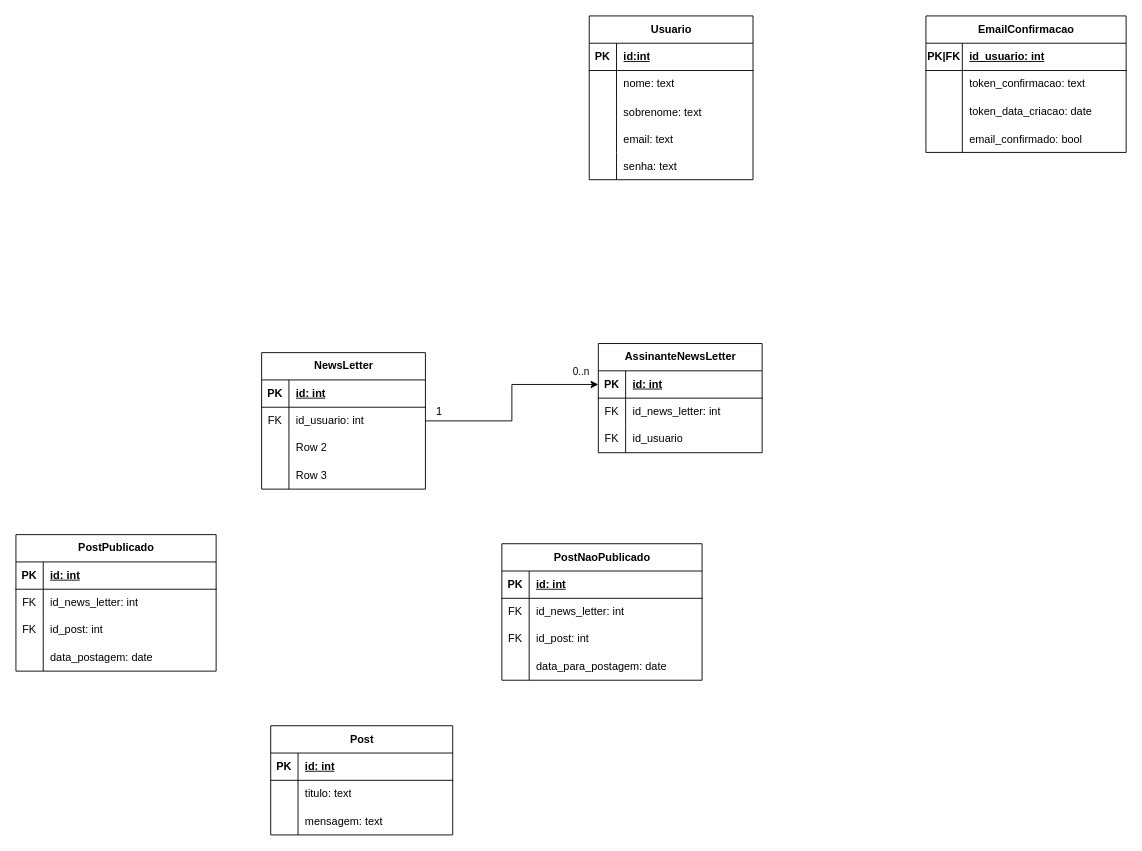
miqueiassggarcia/YourNewsletter keeps this draw.io diagram as Backend/docs/modelo relacional/modelo_relacional.drawio. Above is the earlier version. Source tidied: cells renumbered, new cells numbered last; positions are measured from the earlier drawing's top-left corner, leaving out a move shared by most shapes. Both pictures are drawn from the tidied source at 91%, with x=0, y=0 at pixel (15, 15).
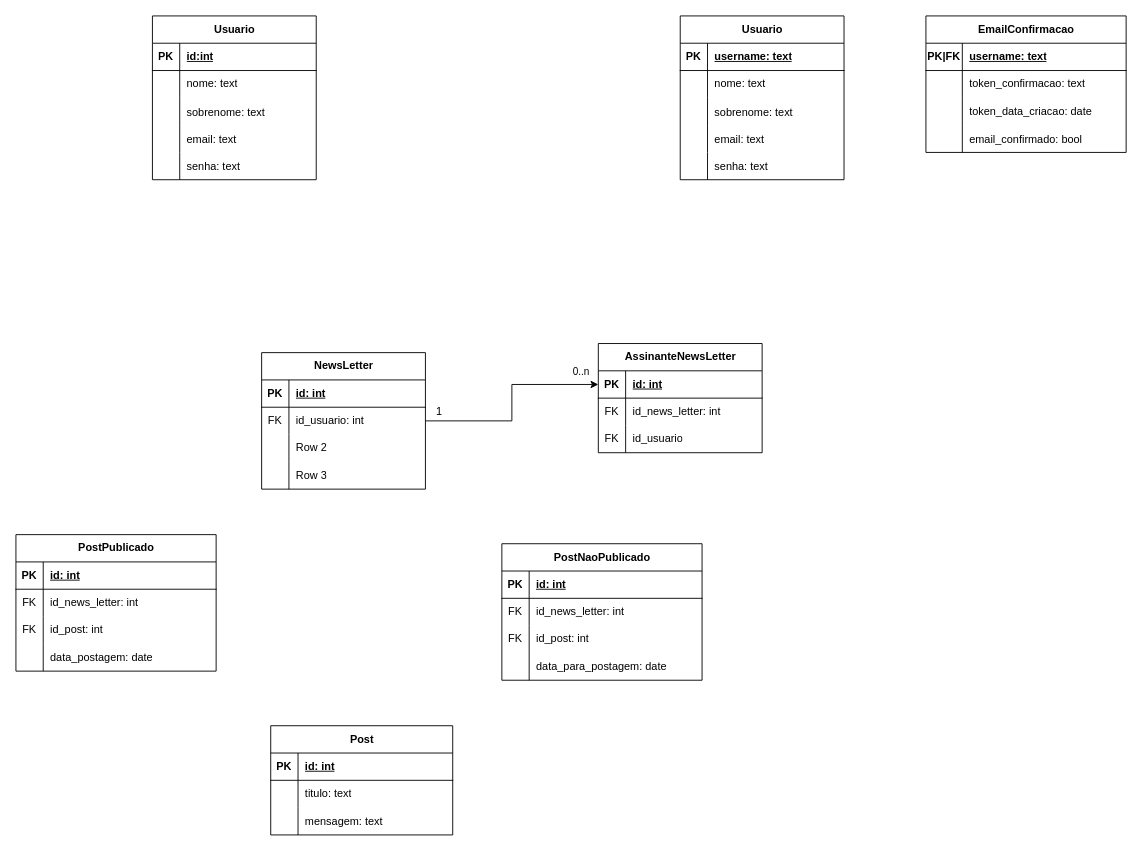
After the change.

Unchanged cells that the change refers to:
```xml
<mxCell id="19" style="shape=tableRow;horizontal=0;startSize=0;swimlaneHead=0;swimlaneBody=0;fillColor=none;top=0;left=0;right=0;bottom=1;" parent="18" vertex="1">
  <mxGeometry y="30" width="220" height="30" as="geometry" />
</mxCell>
```

The edit, as a diff of the source:
```diff
@@
     <mxCell id="2" value="Usuario" style="shape=table;startSize=30;childLayout=tableLayout;rowLines=0;fontStyle=1;align=center;html=1;" parent="1" vertex="1">
-      <mxGeometry x="630" width="180" height="180" as="geometry" />
+      <mxGeometry x="150" width="180" height="180" as="geometry" />
     </mxCell>
@@
-    <mxCell id="21" value="id_usuario: int" style="shape=partialRectangle;fillColor=none;top=0;left=0;bottom=0;right=0;align=left;spacingLeft=6;fontStyle=5;overflow=hidden;whiteSpace=wrap;html=1;" parent="19" vertex="1">
+    <mxCell id="21" value="username: text" style="shape=partialRectangle;fillColor=none;top=0;left=0;bottom=0;right=0;align=left;spacingLeft=6;fontStyle=5;overflow=hidden;whiteSpace=wrap;html=1;" parent="19" vertex="1">
       <mxGeometry x="40" width="180" height="30" as="geometry" />
     </mxCell>
@@
+    <mxCell id="93" value="Usuario" style="shape=table;startSize=30;childLayout=tableLayout;rowLines=0;fontStyle=1;align=center;html=1;" parent="1" vertex="1">
+      <mxGeometry x="730" width="180" height="180" as="geometry" />
+    </mxCell>
+    <mxCell id="94" style="shape=tableRow;horizontal=0;startSize=0;swimlaneHead=0;swimlaneBody=0;fillColor=none;top=0;left=0;right=0;bottom=1;" parent="93" vertex="1">
+      <mxGeometry y="30" width="180" height="30" as="geometry" />
+    </mxCell>
+    <mxCell id="95" value="PK" style="shape=partialRectangle;fillColor=none;top=0;left=0;bottom=0;right=0;fontStyle=1;overflow=hidden;whiteSpace=wrap;html=1;" parent="94" vertex="1">
+      <mxGeometry width="30" height="30" as="geometry" />
+    </mxCell>
+    <mxCell id="96" value="username: text" style="shape=partialRectangle;fillColor=none;top=0;left=0;bottom=0;right=0;align=left;spacingLeft=6;fontStyle=5;overflow=hidden;whiteSpace=wrap;html=1;" parent="94" vertex="1">
+      <mxGeometry x="30" width="150" height="30" as="geometry" />
+    </mxCell>
+    <mxCell id="97" style="shape=tableRow;horizontal=0;startSize=0;swimlaneHead=0;swimlaneBody=0;fillColor=none;top=0;left=0;right=0;bottom=0;" parent="93" vertex="1">
+      <mxGeometry y="60" width="180" height="30" as="geometry" />
+    </mxCell>
+    <mxCell id="98" style="shape=partialRectangle;fillColor=none;top=0;left=0;bottom=0;right=0;overflow=hidden;whiteSpace=wrap;html=1;" parent="97" vertex="1">
+      <mxGeometry width="30" height="30" as="geometry" />
+    </mxCell>
+    <mxCell id="99" value="nome: text" style="shape=partialRectangle;fillColor=none;top=0;left=0;bottom=0;right=0;align=left;spacingLeft=6;overflow=hidden;whiteSpace=wrap;html=1;" parent="97" vertex="1">
+      <mxGeometry x="30" width="150" height="30" as="geometry" />
+    </mxCell>
+    <mxCell id="100" style="shape=tableRow;horizontal=0;startSize=0;swimlaneHead=0;swimlaneBody=0;fillColor=none;top=0;left=0;right=0;bottom=0;" parent="93" vertex="1">
+      <mxGeometry y="90" width="180" height="30" as="geometry" />
+    </mxCell>
+    <mxCell id="101" style="shape=partialRectangle;fillColor=none;top=0;left=0;bottom=0;right=0;overflow=hidden;" parent="100" vertex="1">
+      <mxGeometry width="30" height="30" as="geometry" />
+    </mxCell>
+    <mxCell id="102" value="sobrenome: text" style="shape=partialRectangle;fillColor=none;top=0;left=0;bottom=0;right=0;align=left;spacingLeft=6;overflow=hidden;" parent="100" vertex="1">
+      <mxGeometry x="30" width="150" height="30" as="geometry" />
+    </mxCell>
+    <mxCell id="103" style="shape=tableRow;horizontal=0;startSize=0;swimlaneHead=0;swimlaneBody=0;fillColor=none;top=0;left=0;right=0;bottom=0;" parent="93" vertex="1">
+      <mxGeometry y="120" width="180" height="30" as="geometry" />
+    </mxCell>
+    <mxCell id="104" style="shape=partialRectangle;fillColor=none;top=0;left=0;bottom=0;right=0;overflow=hidden;" parent="103" vertex="1">
+      <mxGeometry width="30" height="30" as="geometry" />
+    </mxCell>
+    <mxCell id="105" value="email: text" style="shape=partialRectangle;fillColor=none;top=0;left=0;bottom=0;right=0;align=left;spacingLeft=6;overflow=hidden;" parent="103" vertex="1">
+      <mxGeometry x="30" width="150" height="30" as="geometry" />
+    </mxCell>
+    <mxCell id="106" style="shape=tableRow;horizontal=0;startSize=0;swimlaneHead=0;swimlaneBody=0;fillColor=none;top=0;left=0;right=0;bottom=0;" parent="93" vertex="1">
+      <mxGeometry y="150" width="180" height="30" as="geometry" />
+    </mxCell>
+    <mxCell id="107" style="shape=partialRectangle;fillColor=none;top=0;left=0;bottom=0;right=0;overflow=hidden;" parent="106" vertex="1">
+      <mxGeometry width="30" height="30" as="geometry" />
+    </mxCell>
+    <mxCell id="108" value="senha: text" style="shape=partialRectangle;fillColor=none;top=0;left=0;bottom=0;right=0;align=left;spacingLeft=6;overflow=hidden;" parent="106" vertex="1">
+      <mxGeometry x="30" width="150" height="30" as="geometry" />
+    </mxCell>
```
